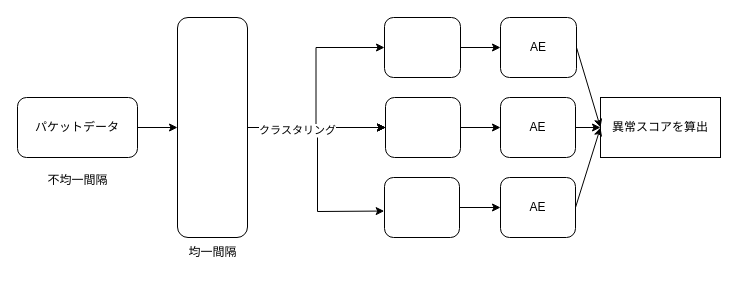
The draw.io diagram kitsune.drawio in Rwatana/Rwatana.github.io, before the edit. Source tidied: cells renumbered, new cells numbered last; positions are measured from the earlier drawing's top-left corner, leaving out a move shared by most shapes. Both pictures are drawn from the tidied source at 100%, with x=0, y=0 at pixel (17, 17).
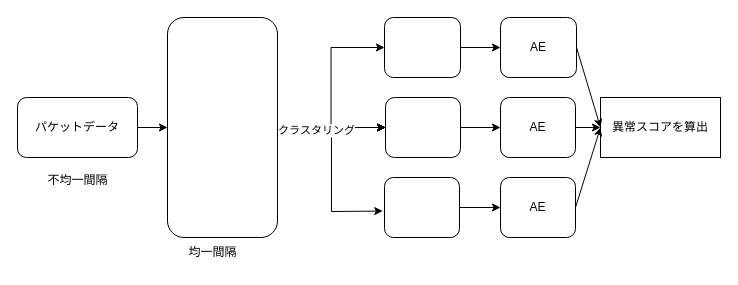
The same diagram, later.

Commit message:
kitsune.drawio を更新します

Unchanged cells that the change refers to:
```xml
<mxCell id="18" style="whiteSpace=wrap;html=1;rounded=1;" parent="1" vertex="1">
  <mxGeometry x="367" y="160" width="75" height="60" as="geometry" />
</mxCell>
```

The edit, as a diff of the source:
```diff
@@
     <mxCell id="10" style="whiteSpace=wrap;html=1;rounded=1;" parent="1" vertex="1">
-      <mxGeometry x="160" width="70" height="220" as="geometry" />
+      <mxGeometry x="150" width="110" height="220" as="geometry" />
     </mxCell>
@@
-    <mxCell id="26" style="endArrow=classic;html=1;rounded=0;entryX=-0.004;entryY=0.559;entryDx=0;entryDy=0;entryPerimeter=0;" parent="1" edge="1" target="18">
+    <mxCell id="26" style="endArrow=classic;html=1;rounded=0;entryX=-0.023;entryY=0.559;entryDx=0;entryDy=0;entryPerimeter=0;" parent="1" edge="1" target="18">
       <mxGeometry relative="1" as="geometry">
-        <mxPoint x="300" y="120" as="sourcePoint" />
+        <mxPoint x="314" y="120" as="sourcePoint" />
         <Array as="points">
-          <mxPoint x="300" y="194" />
+          <mxPoint x="314" y="194" />
         </Array>
       </mxGeometry>
     </mxCell>
```
